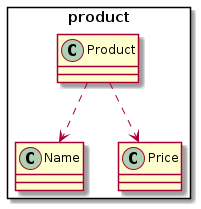
Above: output.png in smeghead/php-class-diagram (PlantUML), before the change.
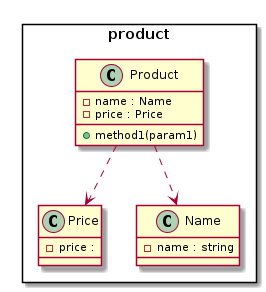
The same file after the commit.

The edit, as a diff of the source:
```diff
@@ -1,9 +1,17 @@
-@startuml
-package "product" <<Rectangle>> {
-    class Name
-    class Price
-    class Product
+@startuml class-diagram
+  package product as product <<Rectangle>> {
+    class product.Price {
+      -price :
+    }
+    class product.Name {
+      -name : string
+    }
+    class product.Product {
+      -name : Name
+      -price : Price
+      +method1(param1)
+    }
   }
-  Product ..> Name
-  Product ..> Price
+  product.Product ..> product.Name
+  product.Product ..> product.Price
 @enduml
```
